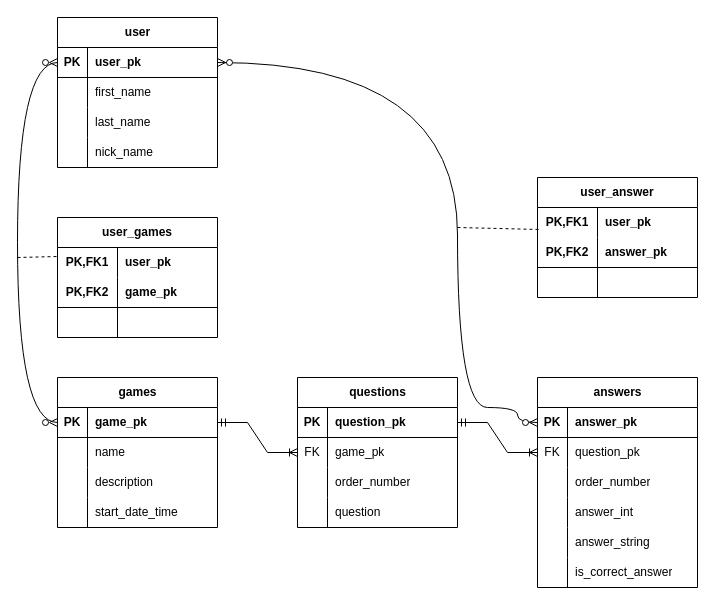
The draw.io diagram Other Files/Games_Schema-simplified.drawio in peteadam100/-PromineoFinalProject, before the edit. Source tidied: cells renumbered, new cells numbered last; positions are measured from the earlier drawing's top-left corner, leaving out a move shared by most shapes. Both pictures are drawn from the tidied source at 100%, with x=0, y=0 at pixel (17, 17).
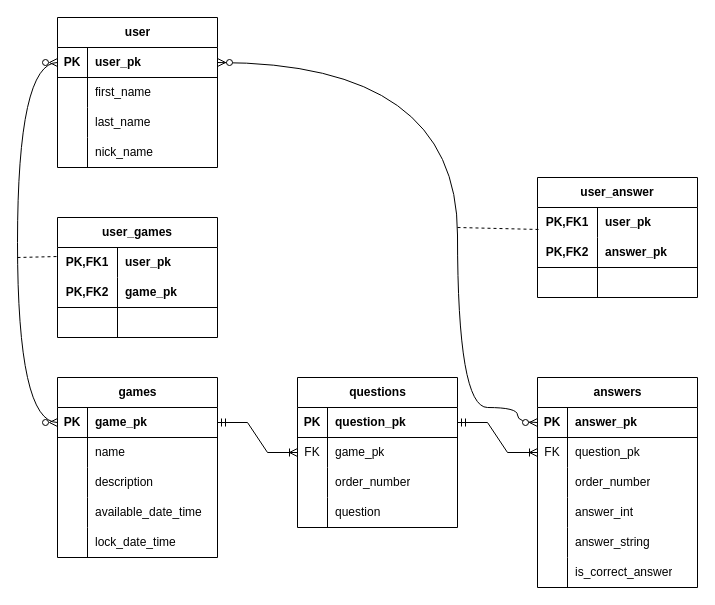
Above is the later version.

The change refers to these unchanged cells:
```xml
<mxCell id="25" style="shape=tableRow;horizontal=0;startSize=0;swimlaneHead=0;swimlaneBody=0;fillColor=none;top=0;left=0;right=0;bottom=0;" parent="15" vertex="1">
  <mxGeometry y="120" width="160" height="30" as="geometry" />
</mxCell>
```

What changed in the source:
```diff
@@
     <mxCell id="15" value="games" style="shape=table;startSize=30;childLayout=tableLayout;rowLines=0;fontStyle=1;align=center;html=1;" parent="1" vertex="1">
-      <mxGeometry x="40" y="360" width="160" height="150" as="geometry" />
+      <mxGeometry x="40" y="360" width="160" height="180" as="geometry" />
     </mxCell>
@@
-    <mxCell id="27" value="start_date_time" style="shape=partialRectangle;fillColor=none;top=0;left=0;bottom=0;right=0;align=left;spacingLeft=6;overflow=hidden;whiteSpace=wrap;html=1;" parent="25" vertex="1">
+    <mxCell id="27" value="available_date_time" style="shape=partialRectangle;fillColor=none;top=0;left=0;bottom=0;right=0;align=left;spacingLeft=6;overflow=hidden;whiteSpace=wrap;html=1;" parent="25" vertex="1">
       <mxGeometry x="30" width="130" height="30" as="geometry" />
     </mxCell>
+    <mxCell id="86" style="shape=tableRow;horizontal=0;startSize=0;swimlaneHead=0;swimlaneBody=0;fillColor=none;top=0;left=0;right=0;bottom=0;" parent="15" vertex="1">
+      <mxGeometry y="150" width="160" height="30" as="geometry" />
+    </mxCell>
+    <mxCell id="87" style="shape=partialRectangle;fillColor=none;top=0;left=0;bottom=0;right=0;overflow=hidden;whiteSpace=wrap;html=1;" parent="86" vertex="1">
+      <mxGeometry width="30" height="30" as="geometry" />
+    </mxCell>
+    <mxCell id="88" value="lock_date_time" style="shape=partialRectangle;fillColor=none;top=0;left=0;bottom=0;right=0;align=left;spacingLeft=6;overflow=hidden;whiteSpace=wrap;html=1;" parent="86" vertex="1">
+      <mxGeometry x="30" width="130" height="30" as="geometry" />
+    </mxCell>
```
